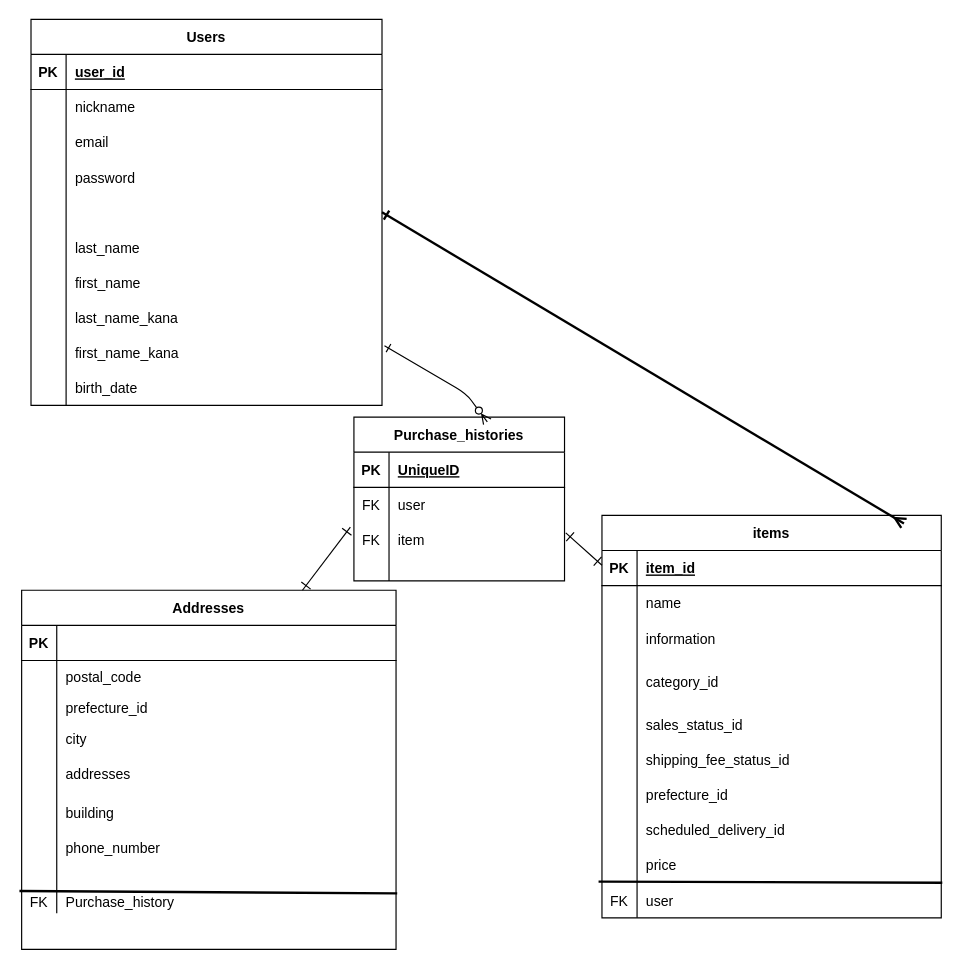
Above: furima-40233.dio in nakamura-mdcn/furima-40233 (draw.io), before the change. Source tidied: cells renumbered, new cells numbered last; positions are measured from the earlier drawing's top-left corner, leaving out a move shared by most shapes. Both pictures are drawn from the tidied source at 117%, with x=0, y=0 at pixel (19, 19).
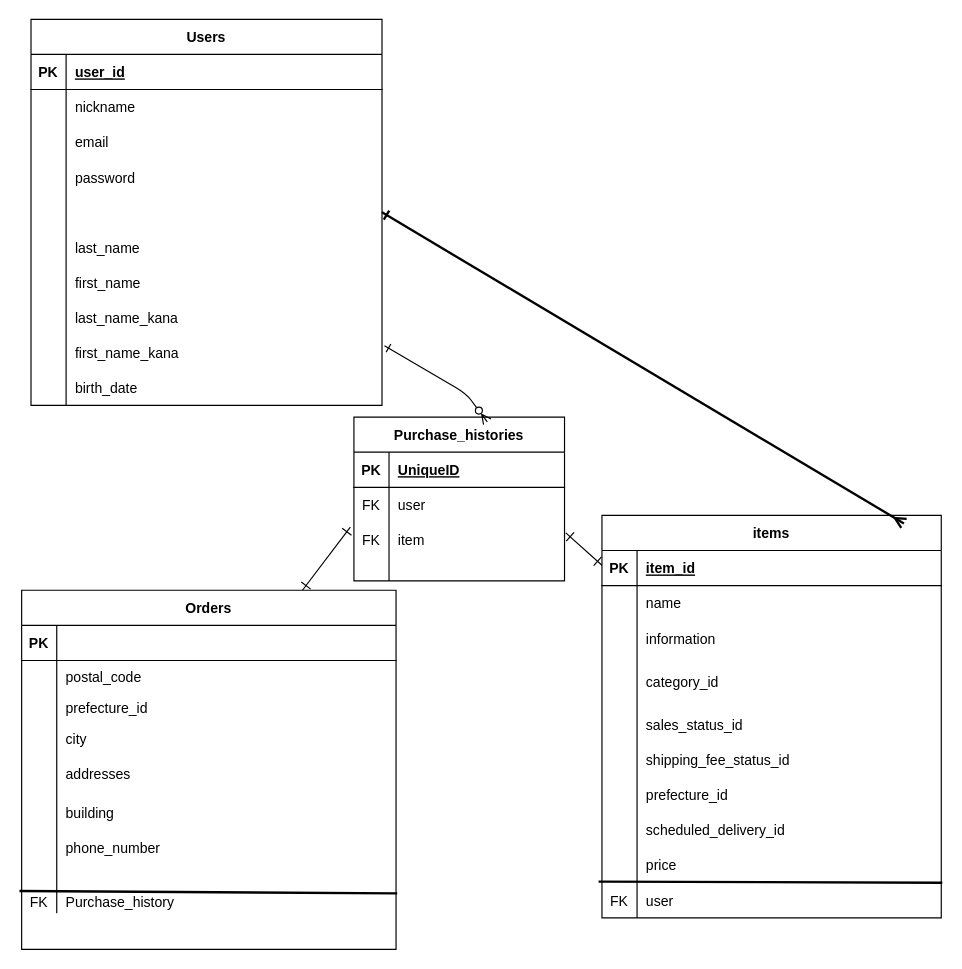
Above is the later version.

The edit, as a diff of the source:
```diff
@@
-    <mxCell id="68" value="Addresses" style="shape=table;startSize=30;childLayout=tableLayout;rowLines=0;fontStyle=1;align=center;" parent="1" vertex="1">
+    <mxCell id="68" value="Orders" style="shape=table;startSize=30;childLayout=tableLayout;rowLines=0;fontStyle=1;align=center;" parent="1" vertex="1">
       <mxGeometry x="2" y="488" width="320" height="307" as="geometry" />
     </mxCell>
```
